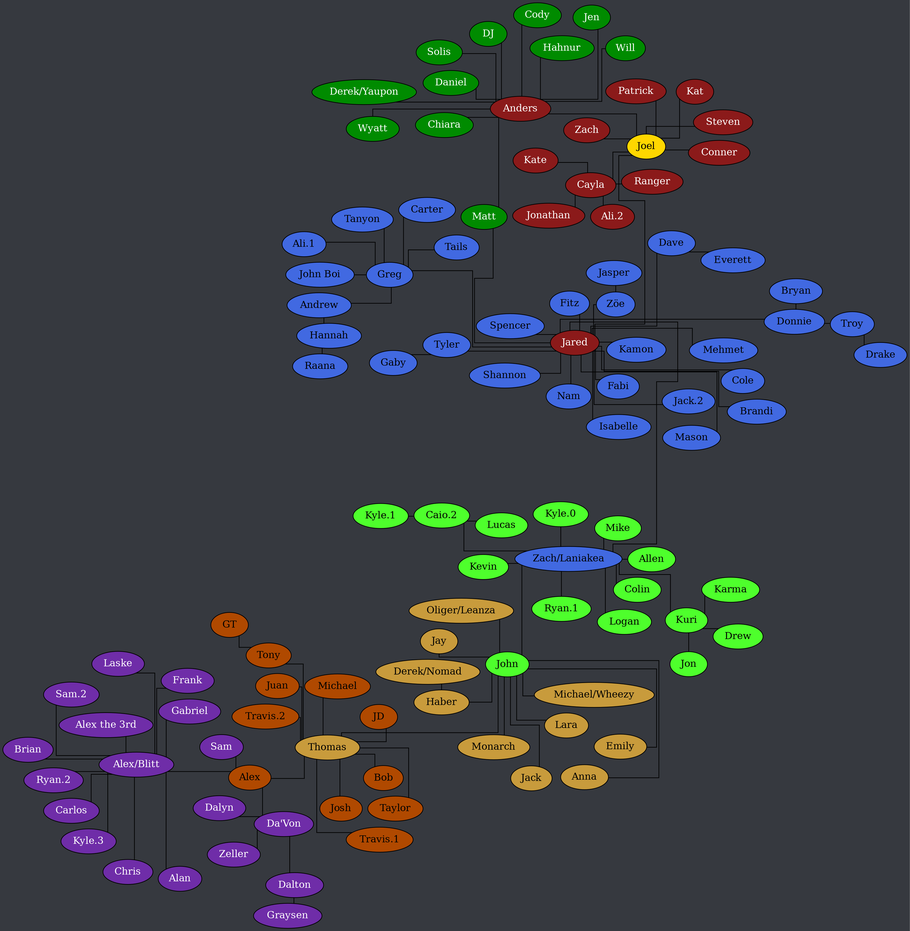
Documidas/CoronaCatzFamilyTree keeps this Graphviz diagram as tree.png. Above is the earlier version. Its source is kept beside it as tree.dot.
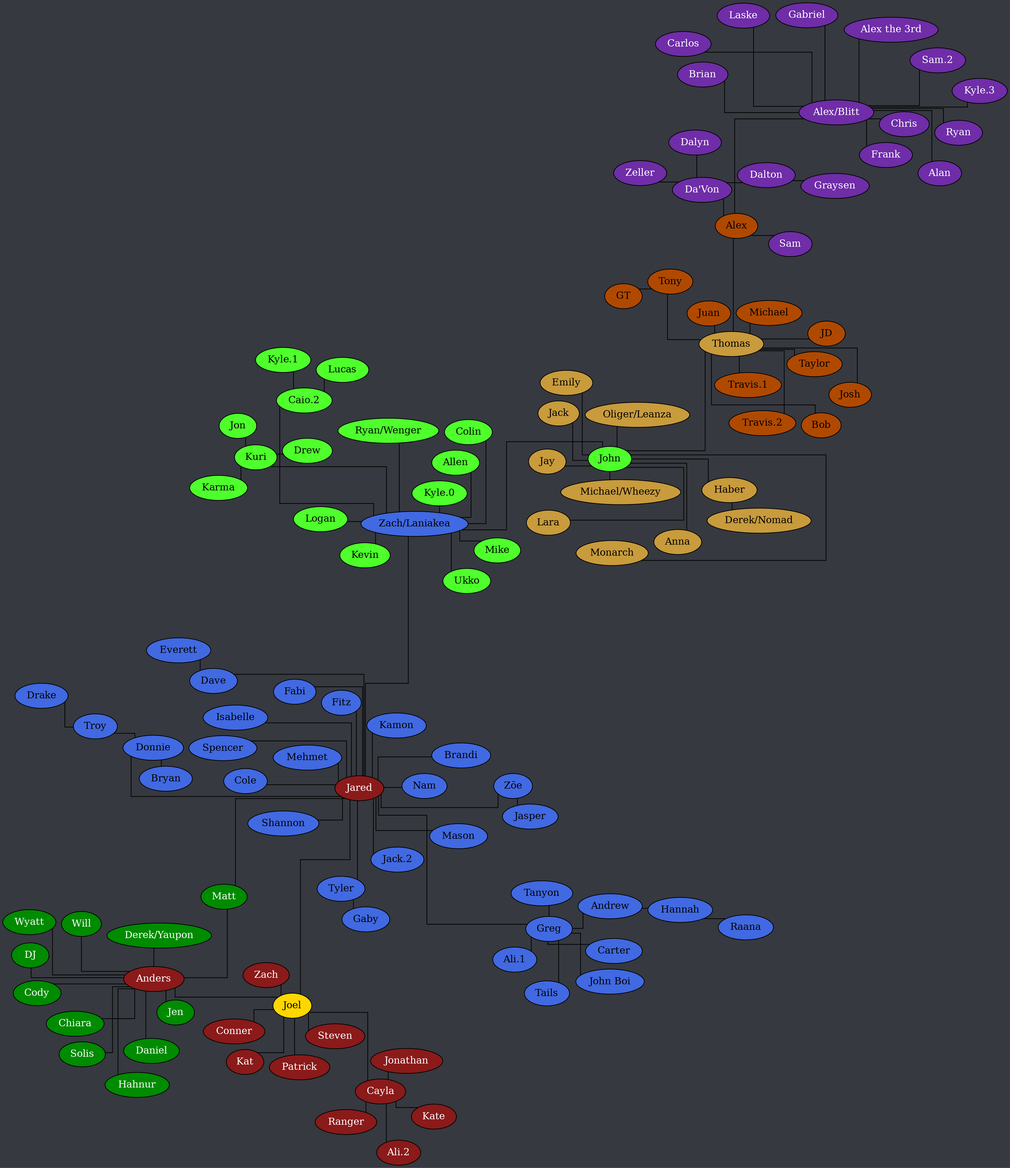
The same file after the commit.

Commit message:
Add Ukko, change Ryans

What changed in the source:
```diff
@@ -100,7 +100,8 @@
 		"Zach/Laniakea" -- Kuri;
 		"Zach/Laniakea" -- "Kyle.0";
 		"Zach/Laniakea" -- Mike;
-		"Zach/Laniakea" -- "Ryan.1";
+		"Zach/Laniakea" -- "Ryan/Wenger";
+		"Zach/Laniakea" -- "Ukko";
 	}
 
 	subgraph "John" {
@@ -155,7 +156,7 @@
 		"Alex/Blitt" -- Gabriel;
 		"Alex/Blitt" -- "Kyle.3";
 		"Alex/Blitt" -- Laske;
-		"Alex/Blitt" -- "Ryan.2";
+		"Alex/Blitt" -- "Ryan";
 		"Alex/Blitt" -- "Sam.2";
 		"Da'Von" -- Dalton;
 		"Da'Von" -- Dalyn;
```
